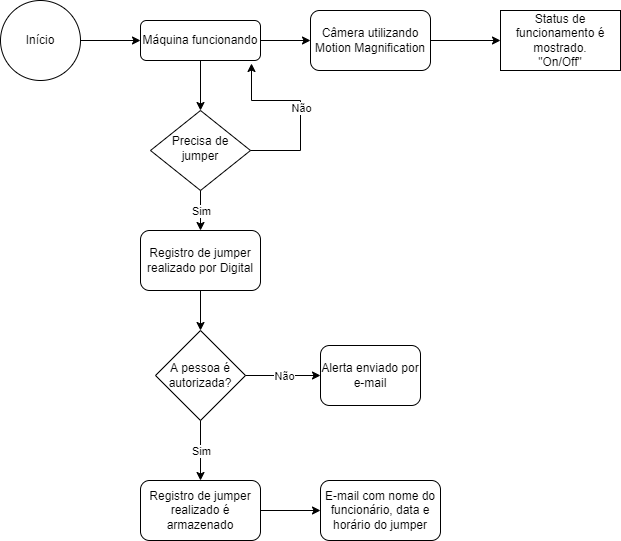
Earlier version of the draw.io export Documentação/fluxograma.drawio.png (MariannaSerpa/Projeto_SOA). Source tidied: cells renumbered, new cells last; positions are measured from the earlier drawing's top-left corner, leaving out a move shared by most shapes.
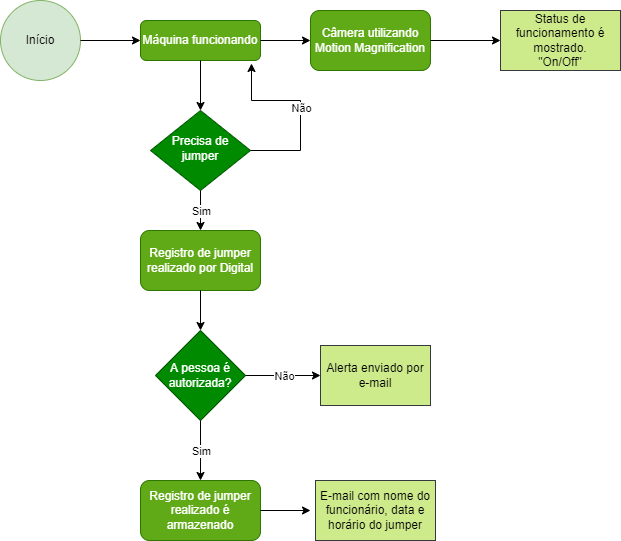
The same diagram one commit later.

What changed in the source:
```diff
@@ -2,32 +2,31 @@
   <root>
     <mxCell id="0" />
     <mxCell id="1" parent="0" />
-    <mxCell id="2" value="Máquina funcionando" style="rounded=1;whiteSpace=wrap;html=1;fontSize=12;glass=0;strokeWidth=1;shadow=0;" parent="1" vertex="1">
+    <mxCell id="2" value="Máquina funcionando" style="rounded=1;whiteSpace=wrap;html=1;fontSize=12;glass=0;strokeWidth=1;shadow=0;fillColor=#60a917;fontColor=#ffffff;strokeColor=#2D7600;" parent="1" vertex="1">
       <mxGeometry x="140" y="20" width="120" height="40" as="geometry" />
     </mxCell>
-    <mxCell id="3" value="Precisa de jumper" style="rhombus;whiteSpace=wrap;html=1;shadow=0;fontFamily=Helvetica;fontSize=12;align=center;strokeWidth=1;spacing=6;spacingTop=-4;" parent="1" vertex="1">
+    <mxCell id="3" value="Precisa de jumper" style="rhombus;whiteSpace=wrap;html=1;shadow=0;fontFamily=Helvetica;fontSize=12;align=center;strokeWidth=1;spacing=6;spacingTop=-4;fillColor=#008a00;fontColor=#ffffff;strokeColor=#005700;" parent="1" vertex="1">
       <mxGeometry x="150" y="110" width="100" height="80" as="geometry" />
     </mxCell>
-    <mxCell id="4" value="Início&lt;br&gt;" style="ellipse;whiteSpace=wrap;html=1;" parent="1" vertex="1">
+    <mxCell id="4" value="Início&lt;br&gt;" style="ellipse;whiteSpace=wrap;html=1;fillColor=#d5e8d4;strokeColor=#82b366;" parent="1" vertex="1">
       <mxGeometry width="80" height="80" as="geometry" />
     </mxCell>
-    <mxCell id="5" value="Câmera utilizando Motion Magnification" style="rounded=1;whiteSpace=wrap;html=1;" parent="1" vertex="1">
+    <mxCell id="5" value="Câmera utilizando Motion Magnification" style="rounded=1;whiteSpace=wrap;html=1;fillColor=#60a917;fontColor=#ffffff;strokeColor=#2D7600;" parent="1" vertex="1">
       <mxGeometry x="310" y="10" width="120" height="60" as="geometry" />
     </mxCell>
-    <mxCell id="6" value="Registro de jumper realizado por Digital" style="rounded=1;whiteSpace=wrap;html=1;" parent="1" vertex="1">
+    <mxCell id="6" value="Registro de jumper realizado por Digital" style="rounded=1;whiteSpace=wrap;html=1;fillColor=#60a917;fontColor=#ffffff;strokeColor=#2D7600;" parent="1" vertex="1">
       <mxGeometry x="140" y="230" width="120" height="60" as="geometry" />
     </mxCell>
-    <mxCell id="7" value="A pessoa é autorizada?" style="rhombus;whiteSpace=wrap;html=1;" parent="1" vertex="1">
+    <mxCell id="7" value="A pessoa é autorizada?" style="rhombus;whiteSpace=wrap;html=1;fillColor=#008a00;fontColor=#ffffff;strokeColor=#005700;" parent="1" vertex="1">
       <mxGeometry x="155" y="330" width="90" height="90" as="geometry" />
     </mxCell>
-    <mxCell id="8" value="Alerta enviado por e-mail" style="rounded=1;whiteSpace=wrap;html=1;" parent="1" vertex="1">
-      <mxGeometry x="320" y="345" width="100" height="60" as="geometry" />
-    </mxCell>
-    <mxCell id="9" value="Registro de jumper realizado é armazenado" style="rounded=1;whiteSpace=wrap;html=1;" parent="1" vertex="1">
+    <mxCell id="9" value="Registro de jumper realizado é armazenado" style="rounded=1;whiteSpace=wrap;html=1;fillColor=#60a917;fontColor=#ffffff;strokeColor=#2D7600;" parent="1" vertex="1">
       <mxGeometry x="140" y="480" width="120" height="60" as="geometry" />
     </mxCell>
-    <mxCell id="10" style="endArrow=classic;html=1;rounded=0;exitX=1;exitY=0.5;exitDx=0;exitDy=0;" parent="1" edge="1" source="7" target="8">
-      <mxGeometry relative="1" as="geometry" />
+    <mxCell id="10" style="endArrow=classic;html=1;rounded=0;exitX=1;exitY=0.5;exitDx=0;exitDy=0;" parent="1" edge="1" source="7">
+      <mxGeometry relative="1" as="geometry">
+        <mxPoint x="320" y="375" as="targetPoint" />
+      </mxGeometry>
     </mxCell>
     <mxCell id="11" value="Não" style="edgeLabel;html=1;align=center;verticalAlign=middle;" parent="10" vertex="1">
       <mxGeometry relative="1" as="geometry" />
@@ -68,17 +67,22 @@
     <mxCell id="21" style="endArrow=classic;html=1;rounded=0;exitX=1;exitY=0.5;exitDx=0;exitDy=0;entryX=0;entryY=0.5;entryDx=0;entryDy=0;" parent="1" edge="1" source="2" target="5">
       <mxGeometry relative="1" as="geometry" />
     </mxCell>
-    <mxCell id="22" value="Status de funcionamento é mostrado.&lt;br&gt;&quot;On/Off&quot;" style="rounded=0;whiteSpace=wrap;html=1;" parent="1" vertex="1">
+    <mxCell id="22" value="Status de funcionamento é mostrado.&lt;br&gt;&quot;On/Off&quot;" style="rounded=0;whiteSpace=wrap;html=1;fillColor=#cdeb8b;strokeColor=#36393d;" parent="1" vertex="1">
       <mxGeometry x="500" y="10" width="120" height="60" as="geometry" />
     </mxCell>
     <mxCell id="23" style="endArrow=classic;html=1;rounded=0;exitX=1;exitY=0.5;exitDx=0;exitDy=0;entryX=0;entryY=0.5;entryDx=0;entryDy=0;" parent="1" edge="1" source="5" target="22">
       <mxGeometry relative="1" as="geometry" />
     </mxCell>
+    <mxCell id="25" style="endArrow=classic;html=1;rounded=0;exitX=1;exitY=0.5;exitDx=0;exitDy=0;entryX=0;entryY=0.5;entryDx=0;entryDy=0;" parent="1" edge="1" source="9">
+      <mxGeometry relative="1" as="geometry">
+        <mxPoint x="310" y="510" as="targetPoint" />
+      </mxGeometry>
+    </mxCell>
+    <mxCell id="8" value="Alerta enviado por e-mail" style="rounded=0;whiteSpace=wrap;html=1;fillColor=#cdeb8b;strokeColor=#36393d;" parent="1" vertex="1">
+      <mxGeometry x="320" y="345" width="110" height="60" as="geometry" />
+    </mxCell>
-    <mxCell id="24" value="E-mail com nome do funcionário, data e horário do jumper" style="rounded=1;whiteSpace=wrap;html=1;" parent="1" vertex="1">
-      <mxGeometry x="320" y="480" width="120" height="60" as="geometry" />
+    <mxCell id="24" value="E-mail com nome do funcionário, data e horário do jumper" style="rounded=0;whiteSpace=wrap;html=1;fillColor=#cdeb8b;strokeColor=#36393d;" parent="1" vertex="1">
+      <mxGeometry x="315" y="480" width="120" height="60" as="geometry" />
     </mxCell>
-    <mxCell id="25" style="endArrow=classic;html=1;rounded=0;exitX=1;exitY=0.5;exitDx=0;exitDy=0;entryX=0;entryY=0.5;entryDx=0;entryDy=0;" parent="1" edge="1" source="9" target="24">
-      <mxGeometry relative="1" as="geometry" />
-    </mxCell>
   </root>
 </mxGraphModel>
```
